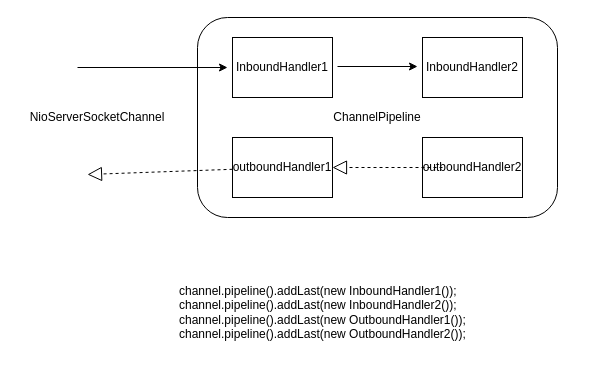
quanqiang-li/draw keeps this draw.io diagram as netty handler.drawio. Above is the earlier version. Source tidied: cells renumbered, new cells numbered last; positions are measured from the earlier drawing's top-left corner, leaving out a move shared by most shapes. Both pictures are drawn from the tidied source at 100%, with x=0, y=0 at pixel (17, 17).
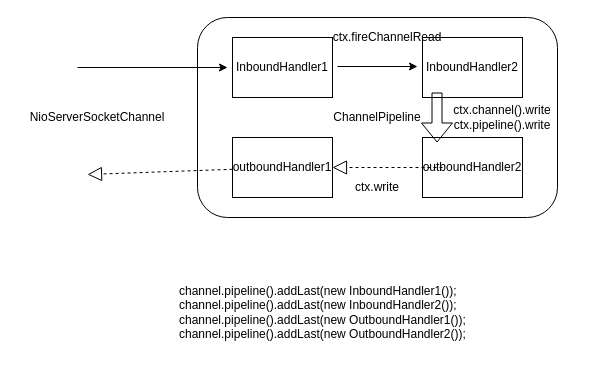
After the change.

Diff of the diagram source:
```diff
@@
+    <mxCell id="13" value="ctx.fireChannelRead" style="text;html=1;strokeColor=none;fillColor=none;align=center;verticalAlign=middle;whiteSpace=wrap;rounded=0;" parent="1" vertex="1">
+      <mxGeometry x="300" y="10" width="140" height="20" as="geometry" />
+    </mxCell>
+    <mxCell id="14" value="ctx.channel().write&lt;br&gt;ctx.pipeline().write&lt;br&gt;" style="text;html=1;strokeColor=none;fillColor=none;align=center;verticalAlign=middle;whiteSpace=wrap;rounded=0;" parent="1" vertex="1">
+      <mxGeometry x="420" y="90" width="130" height="20" as="geometry" />
+    </mxCell>
+    <mxCell id="15" style="shape=flexArrow;endArrow=classic;html=1;" parent="1" edge="1">
+      <mxGeometry relative="1" as="geometry">
+        <mxPoint x="419.5" y="75" as="sourcePoint" />
+        <mxPoint x="419.5" y="125" as="targetPoint" />
+      </mxGeometry>
+    </mxCell>
+    <mxCell id="16" value="ctx.write" style="text;html=1;strokeColor=none;fillColor=none;align=center;verticalAlign=middle;whiteSpace=wrap;rounded=0;" parent="1" vertex="1">
+      <mxGeometry x="330" y="160" width="60" height="20" as="geometry" />
+    </mxCell>
```
